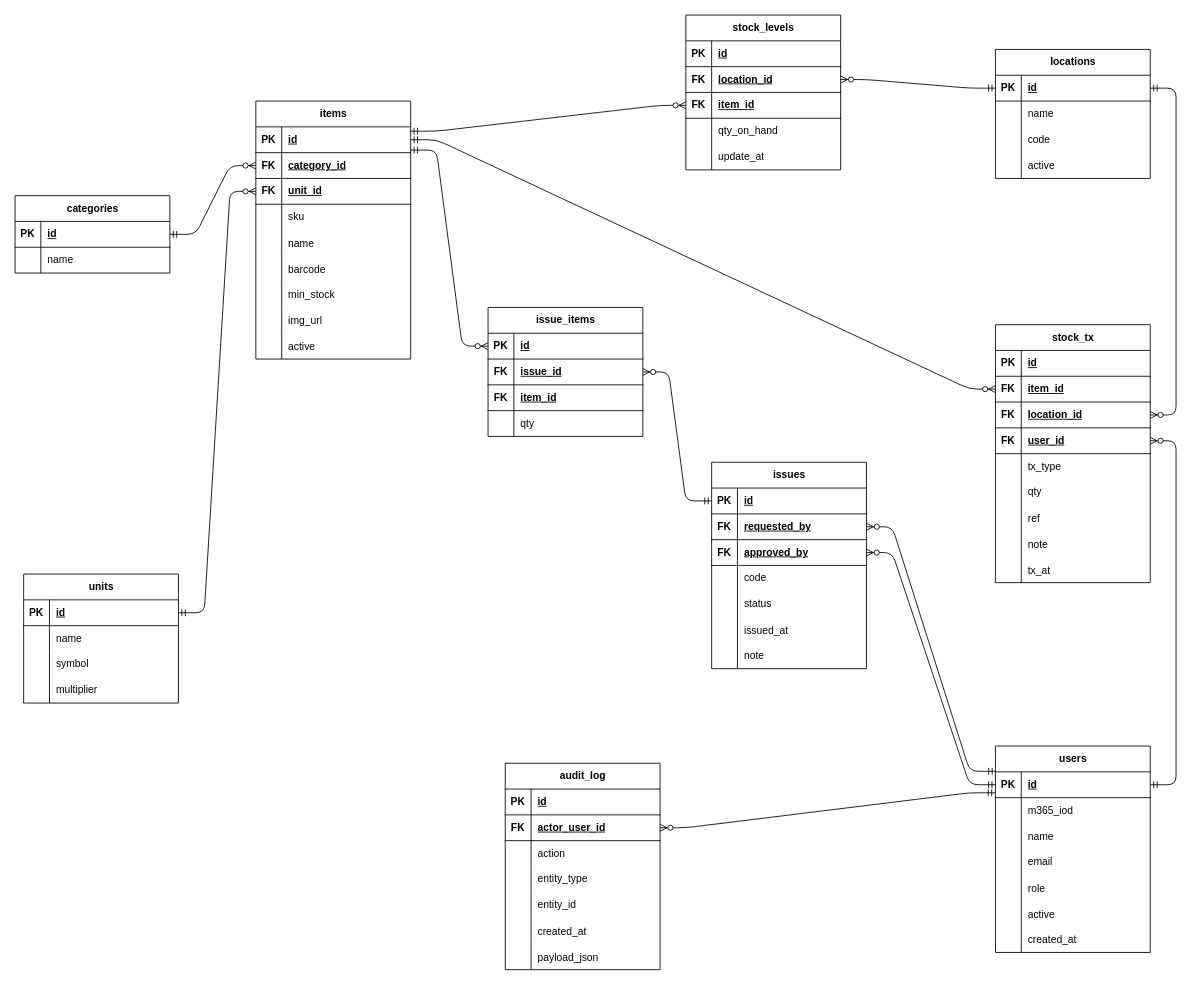
Above: erd.drawio in rudyhendrawn/inventory (draw.io), before the change. Source tidied: cells renumbered, new cells numbered last; positions are measured from the earlier drawing's top-left corner, leaving out a move shared by most shapes. Both pictures are drawn from the tidied source at 86%, with x=0, y=0 at pixel (15, 15).
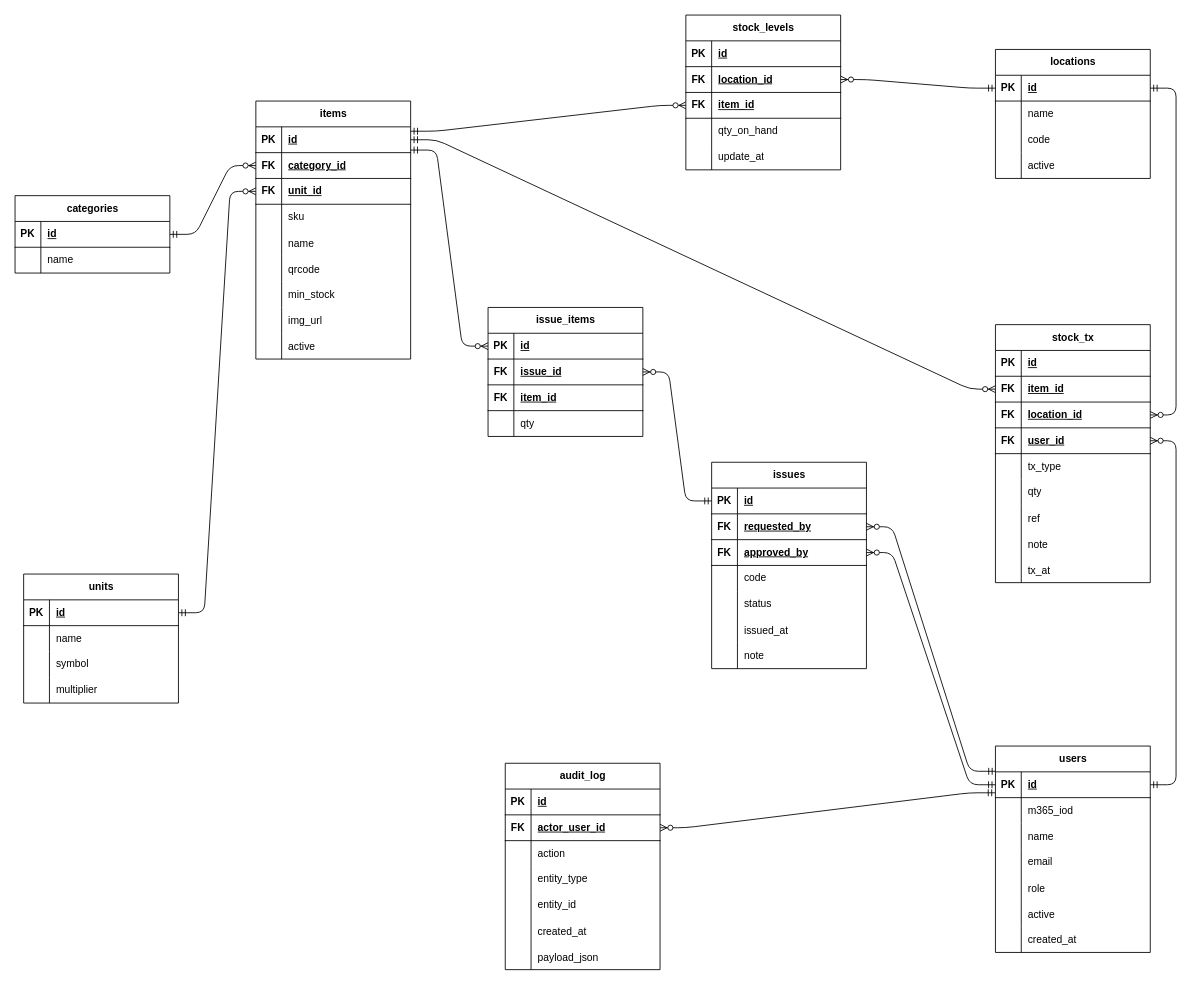
Above is the later version.

The change refers to these unchanged cells:
```xml
<mxCell id="73" style="shape=tableRow;horizontal=0;startSize=0;swimlaneHead=0;swimlaneBody=0;fillColor=none;top=0;left=0;right=0;bottom=0;" parent="57" vertex="1">
  <mxGeometry y="180" width="180" height="30" as="geometry" />
</mxCell>
```

Diff of the diagram source:
```diff
@@
-    <mxCell id="75" value="barcode" style="shape=partialRectangle;fillColor=none;top=0;left=0;bottom=0;right=0;align=left;spacingLeft=6;overflow=hidden;" parent="73" vertex="1">
+    <mxCell id="75" value="qrcode" style="shape=partialRectangle;fillColor=none;top=0;left=0;bottom=0;right=0;align=left;spacingLeft=6;overflow=hidden;" parent="73" vertex="1">
       <mxGeometry x="30" width="150" height="30" as="geometry" />
     </mxCell>
```
